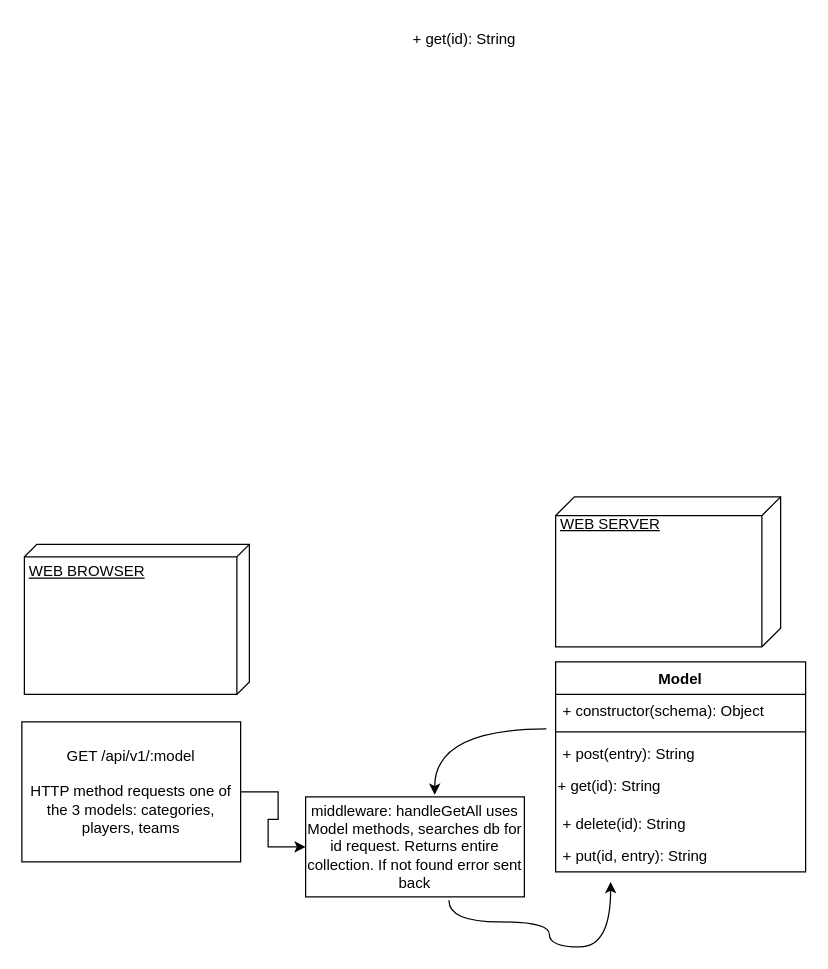
The draw.io diagram starter-code/src/Untitled Diagram.drawio in sarkis74/lab-09-401n12-, before the edit. Source tidied: cells renumbered, new cells numbered last; positions are measured from the earlier drawing's top-left corner, leaving out a move shared by most shapes. Both pictures are drawn from the tidied source at 125%, with x=0, y=0 at pixel (21, 21).
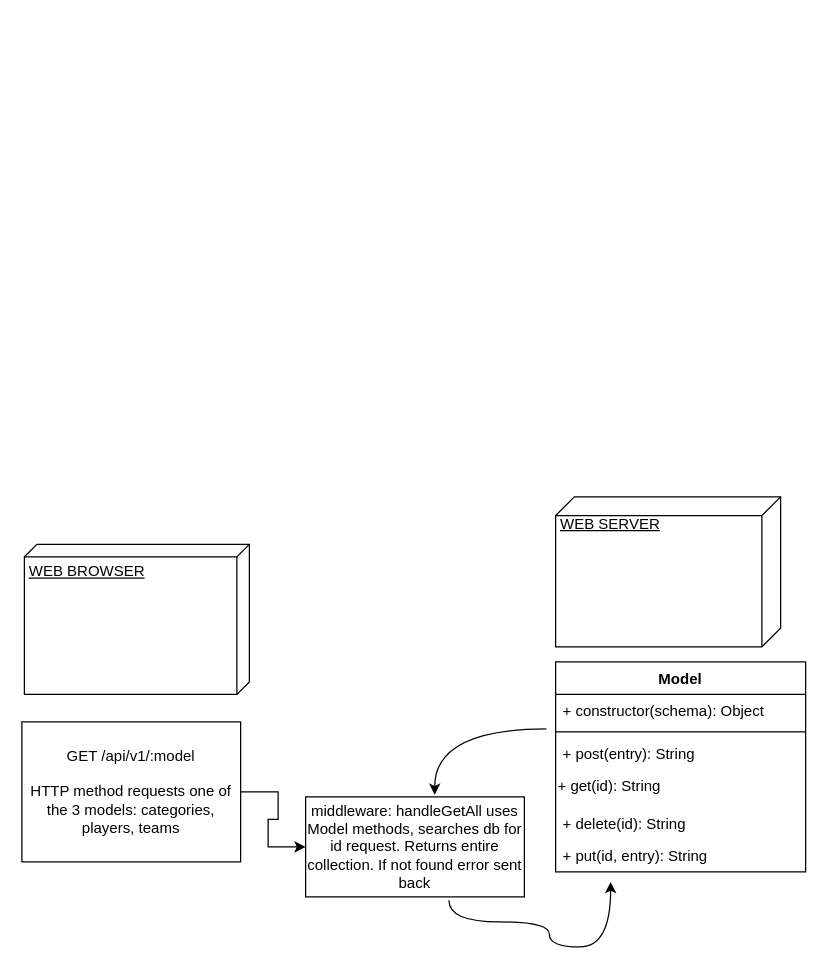
After the change.

What changed in the source:
```diff
@@
-    <mxCell id="15" value="+ get(id): String" style="text;strokeColor=none;fillColor=none;align=left;verticalAlign=top;spacingLeft=4;spacingRight=4;overflow=hidden;" parent="1" vertex="1">
-      <mxGeometry x="307" width="200" height="26" as="geometry" />
-    </mxCell>
```
